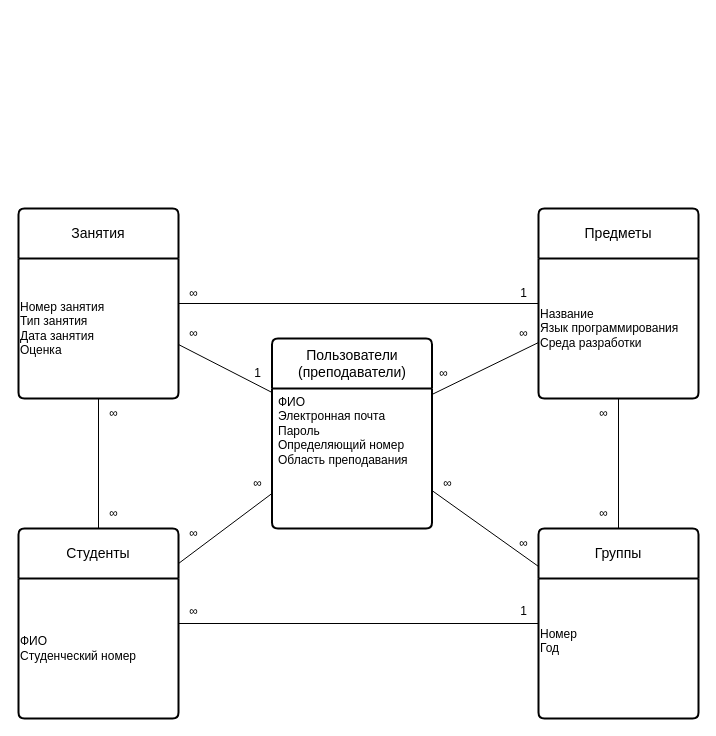
Earlier version of the draw.io diagram ERD_Concept.drawio (PaulMatthewss/PP2). Source tidied: cells renumbered, new cells numbered last; positions are measured from the earlier drawing's top-left corner, leaving out a move shared by most shapes. Both pictures are drawn from the tidied source at 100%, with x=0, y=0 at pixel (18, 208).
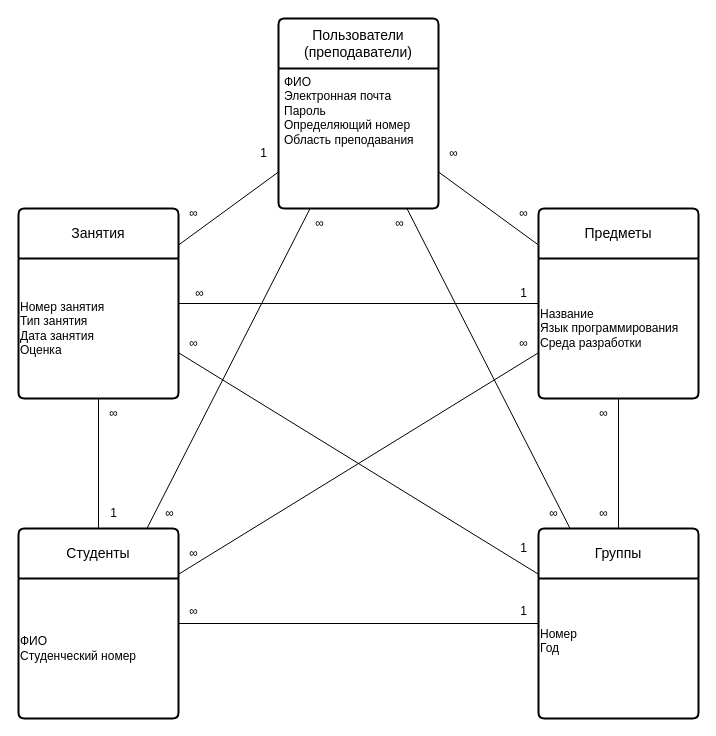
After the change.

The change refers to these unchanged cells:
```xml
<mxCell id="4" value="Группы" style="swimlane;horizontal=1;startSize=50;rounded=1;fontSize=14;fontStyle=0;strokeWidth=2;shadow=0;dashed=0;align=center;arcSize=4;whiteSpace=wrap;html=1;" parent="1" vertex="1">
  <mxGeometry x="520" y="320" width="160" height="190" as="geometry" />
</mxCell>
<mxCell id="6" value="Студенты" style="swimlane;horizontal=1;startSize=50;rounded=1;fontSize=14;fontStyle=0;strokeWidth=2;shadow=0;dashed=0;align=center;arcSize=4;whiteSpace=wrap;html=1;" parent="1" vertex="1">
  <mxGeometry y="320" width="160" height="190" as="geometry" />
</mxCell>
<mxCell id="8" value="Предметы" style="swimlane;horizontal=1;startSize=50;rounded=1;fontSize=14;fontStyle=0;strokeWidth=2;shadow=0;dashed=0;align=center;arcSize=4;whiteSpace=wrap;html=1;" parent="1" vertex="1">
  <mxGeometry x="520" width="160" height="190" as="geometry" />
</mxCell>
<mxCell id="10" value="Занятия" style="swimlane;horizontal=1;startSize=50;rounded=1;fontSize=14;fontStyle=0;strokeWidth=2;shadow=0;dashed=0;align=center;arcSize=4;whiteSpace=wrap;html=1;" parent="1" vertex="1">
  <mxGeometry width="160" height="190" as="geometry" />
</mxCell>
```

Change to the diagram source:
```diff
@@
     <mxCell id="2" value="Пользователи (преподаватели)" style="swimlane;horizontal=1;startSize=50;rounded=1;fontSize=14;fontStyle=0;strokeWidth=2;shadow=0;dashed=0;align=center;arcSize=4;whiteSpace=wrap;html=1;" parent="1" vertex="1">
-      <mxGeometry x="253.5" y="130" width="160" height="190" as="geometry" />
+      <mxGeometry x="260" y="-190" width="160" height="190" as="geometry" />
     </mxCell>
@@
     <mxCell id="21" value="∞" style="text;html=1;align=center;verticalAlign=middle;strokeColor=none;fillColor=none;" parent="1" vertex="1">
-      <mxGeometry x="410" y="150" width="30" height="30" as="geometry" />
+      <mxGeometry x="420" y="-70" width="30" height="30" as="geometry" />
     </mxCell>
     <mxCell id="22" value="∞" style="text;html=1;align=center;verticalAlign=middle;strokeColor=none;fillColor=none;" parent="1" vertex="1">
-      <mxGeometry x="490" y="110" width="30" height="30" as="geometry" />
+      <mxGeometry x="490" y="-10" width="30" height="30" as="geometry" />
     </mxCell>
     <mxCell id="23" value="∞" style="text;html=1;align=center;verticalAlign=middle;strokeColor=none;fillColor=none;" parent="1" vertex="1">
-      <mxGeometry x="413.5" y="260" width="30" height="30" as="geometry" />
+      <mxGeometry x="366" width="30" height="30" as="geometry" />
     </mxCell>
     <mxCell id="24" value="∞" style="text;html=1;align=center;verticalAlign=middle;strokeColor=none;fillColor=none;" parent="1" vertex="1">
-      <mxGeometry x="490" y="320" width="30" height="30" as="geometry" />
+      <mxGeometry x="520" y="290" width="30" height="30" as="geometry" />
     </mxCell>
     <mxCell id="25" value="∞" style="text;html=1;align=center;verticalAlign=middle;strokeColor=none;fillColor=none;" parent="1" vertex="1">
-      <mxGeometry x="223.5" y="260" width="30" height="30" as="geometry" />
+      <mxGeometry x="286" width="30" height="30" as="geometry" />
     </mxCell>
     <mxCell id="26" value="∞" style="text;html=1;align=center;verticalAlign=middle;strokeColor=none;fillColor=none;" parent="1" vertex="1">
-      <mxGeometry x="160" y="310" width="30" height="30" as="geometry" />
+      <mxGeometry x="136" y="290" width="30" height="30" as="geometry" />
     </mxCell>
     <mxCell id="27" value="1" style="text;html=1;align=center;verticalAlign=middle;strokeColor=none;fillColor=none;" parent="1" vertex="1">
-      <mxGeometry x="223.5" y="150" width="30" height="30" as="geometry" />
+      <mxGeometry x="230" y="-70" width="30" height="30" as="geometry" />
     </mxCell>
     <mxCell id="28" value="∞" style="text;html=1;align=center;verticalAlign=middle;strokeColor=none;fillColor=none;" parent="1" vertex="1">
-      <mxGeometry x="160" y="110" width="30" height="30" as="geometry" />
+      <mxGeometry x="160" y="-10" width="30" height="30" as="geometry" />
     </mxCell>
@@
-    <mxCell id="31" value="∞" style="text;html=1;align=center;verticalAlign=middle;strokeColor=none;fillColor=none;" parent="1" vertex="1">
+    <mxCell id="31" value="1" style="text;html=1;align=center;verticalAlign=middle;strokeColor=none;fillColor=none;" parent="1" vertex="1">
       <mxGeometry x="80" y="290" width="30" height="30" as="geometry" />
     </mxCell>
@@
     <mxCell id="35" value="∞" style="text;html=1;align=center;verticalAlign=middle;strokeColor=none;fillColor=none;" parent="1" vertex="1">
-      <mxGeometry x="160" y="70" width="30" height="30" as="geometry" />
+      <mxGeometry x="166" y="70" width="30" height="30" as="geometry" />
     </mxCell>
+    <mxCell id="36" style="endArrow=none;html=1;rounded=0;" parent="1" edge="1" source="4" target="10">
+      <mxGeometry relative="1" as="geometry" />
+    </mxCell>
+    <mxCell id="37" value="1" style="text;html=1;align=center;verticalAlign=middle;strokeColor=none;fillColor=none;" parent="1" vertex="1">
+      <mxGeometry x="490" y="325" width="30" height="30" as="geometry" />
+    </mxCell>
+    <mxCell id="38" value="∞" style="text;html=1;align=center;verticalAlign=middle;strokeColor=none;fillColor=none;" parent="1" vertex="1">
+      <mxGeometry x="160" y="120" width="30" height="30" as="geometry" />
+    </mxCell>
+    <mxCell id="39" style="endArrow=none;html=1;rounded=0;" parent="1" edge="1" source="8" target="6">
+      <mxGeometry relative="1" as="geometry" />
+    </mxCell>
+    <mxCell id="40" value="∞" style="text;html=1;align=center;verticalAlign=middle;strokeColor=none;fillColor=none;" parent="1" vertex="1">
+      <mxGeometry x="160" y="330" width="30" height="30" as="geometry" />
+    </mxCell>
+    <mxCell id="41" value="∞" style="text;html=1;align=center;verticalAlign=middle;strokeColor=none;fillColor=none;" parent="1" vertex="1">
+      <mxGeometry x="490" y="120" width="30" height="30" as="geometry" />
+    </mxCell>
```
